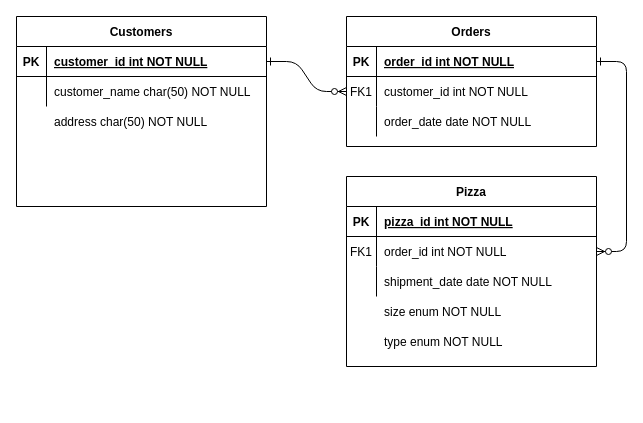
Above: pizza_app_ER.drawio in Remi329/PizzaJunctionMergedComponents (draw.io), before the change. Source tidied: cells renumbered, new cells numbered last; positions are measured from the earlier drawing's top-left corner, leaving out a move shared by most shapes. Both pictures are drawn from the tidied source at 100%, with x=0, y=0 at pixel (16, 16).
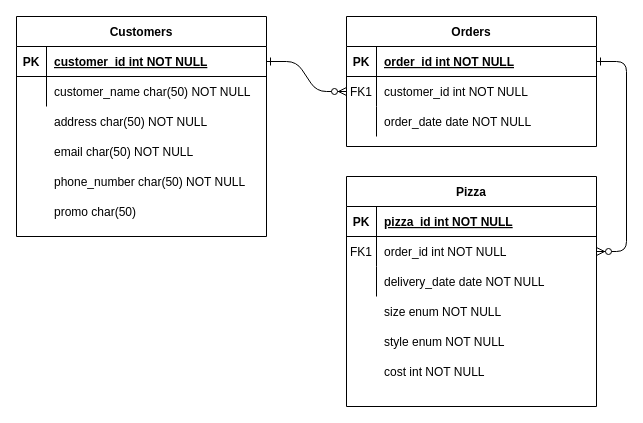
Above is the later version.

The change refers to these unchanged cells:
```xml
<mxCell id="21" style="shape=partialRectangle;fillColor=none;top=0;left=0;right=0;bottom=0;" parent="14" vertex="1">
  <mxGeometry y="90" width="250" height="30" as="geometry" />
</mxCell>
```

What changed in the source:
```diff
@@
     <mxCell id="14" value="Pizza" style="shape=table;startSize=30;childLayout=tableLayout;rowLines=0;fontStyle=1;align=center;" parent="1" vertex="1">
-      <mxGeometry x="330" y="160" width="250" height="190" as="geometry" />
+      <mxGeometry x="330" y="160" width="250" height="230" as="geometry" />
     </mxCell>
@@
-    <mxCell id="23" value="shipment_date date NOT NULL" style="shape=partialRectangle;overflow=hidden;fillColor=none;top=0;left=0;bottom=0;right=0;align=left;spacingLeft=6;" parent="21" vertex="1">
+    <mxCell id="23" value="delivery_date date NOT NULL" style="shape=partialRectangle;overflow=hidden;fillColor=none;top=0;left=0;bottom=0;right=0;align=left;spacingLeft=6;" parent="21" vertex="1">
       <mxGeometry x="30" width="220" height="30" as="geometry" />
     </mxCell>
     <mxCell id="24" value="Customers" style="shape=table;startSize=30;childLayout=tableLayout;rowLines=0;fontStyle=1;align=center;" parent="1" vertex="1">
-      <mxGeometry width="250" height="190" as="geometry" />
+      <mxGeometry width="250" height="220" as="geometry" />
     </mxCell>
@@
-    <mxCell id="32" value="type enum NOT NULL" style="shape=partialRectangle;overflow=hidden;fillColor=none;top=0;left=0;bottom=0;right=0;align=left;spacingLeft=6;" parent="1" vertex="1">
+    <mxCell id="32" value="style enum NOT NULL" style="shape=partialRectangle;overflow=hidden;fillColor=none;top=0;left=0;bottom=0;right=0;align=left;spacingLeft=6;" parent="1" vertex="1">
       <mxGeometry x="360" y="310" width="220" height="30" as="geometry" />
     </mxCell>
@@
+    <mxCell id="34" value="cost int NOT NULL" style="shape=partialRectangle;overflow=hidden;fillColor=none;top=0;left=0;bottom=0;right=0;align=left;spacingLeft=6;" parent="1" vertex="1">
+      <mxGeometry x="360" y="340" width="220" height="30" as="geometry" />
+    </mxCell>
+    <mxCell id="35" value="promo char(50)" style="shape=partialRectangle;overflow=hidden;fillColor=none;top=0;left=0;bottom=0;right=0;align=left;spacingLeft=6;" parent="1" vertex="1">
+      <mxGeometry x="30" y="180" width="220" height="30" as="geometry" />
+    </mxCell>
+    <mxCell id="36" value="email char(50) NOT NULL" style="shape=partialRectangle;overflow=hidden;fillColor=none;top=0;left=0;bottom=0;right=0;align=left;spacingLeft=6;" parent="1" vertex="1">
+      <mxGeometry x="30" y="120" width="220" height="30" as="geometry" />
+    </mxCell>
+    <mxCell id="37" value="phone_number char(50) NOT NULL" style="shape=partialRectangle;overflow=hidden;fillColor=none;top=0;left=0;bottom=0;right=0;align=left;spacingLeft=6;" parent="1" vertex="1">
+      <mxGeometry x="30" y="150" width="220" height="30" as="geometry" />
+    </mxCell>
```
